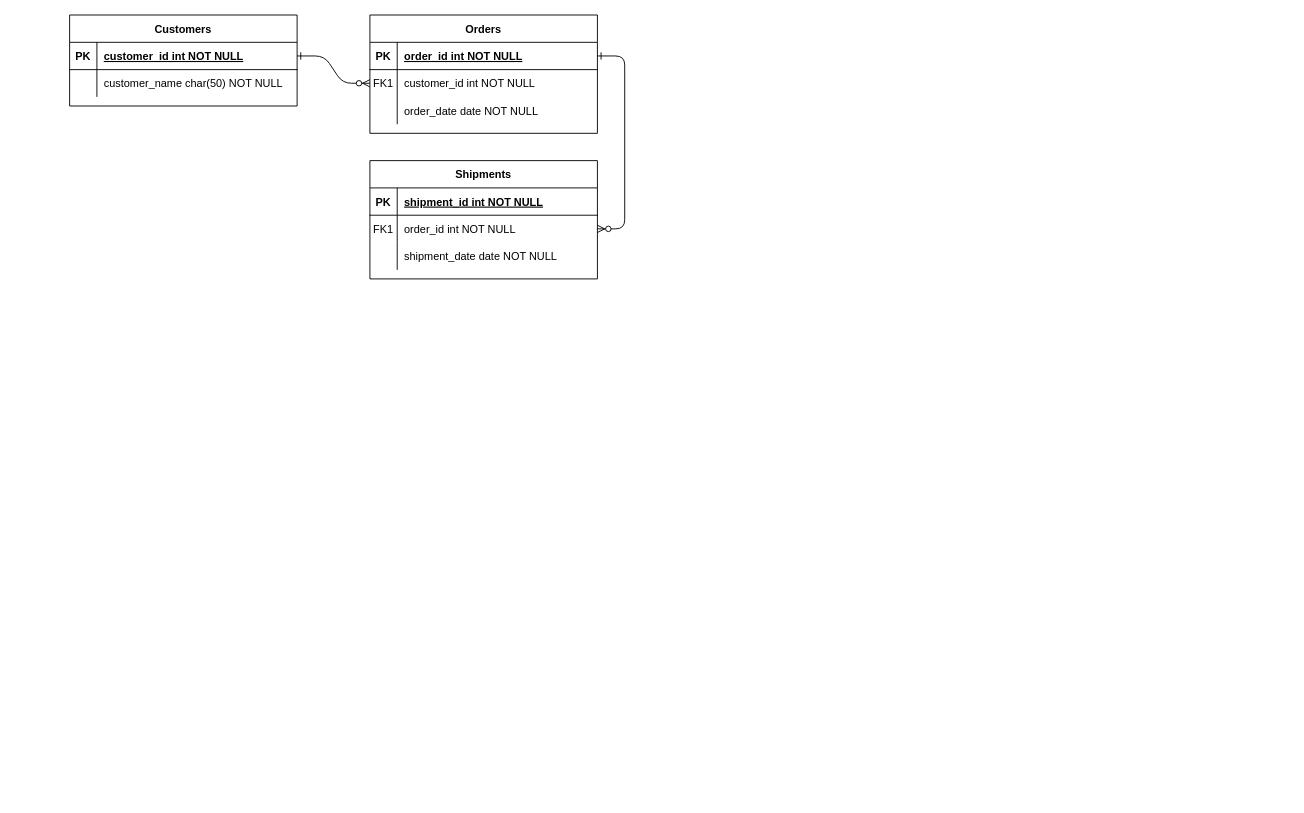
The draw.io diagram ER_Diagram.drawio in Karthik-r-p/fetch_coding_challenge, before the edit. Source tidied: cells renumbered, new cells numbered last; positions are measured from the earlier drawing's top-left corner, leaving out a move shared by most shapes. Both pictures are drawn from the tidied source at 91%, with x=0, y=0 at pixel (69, 15).
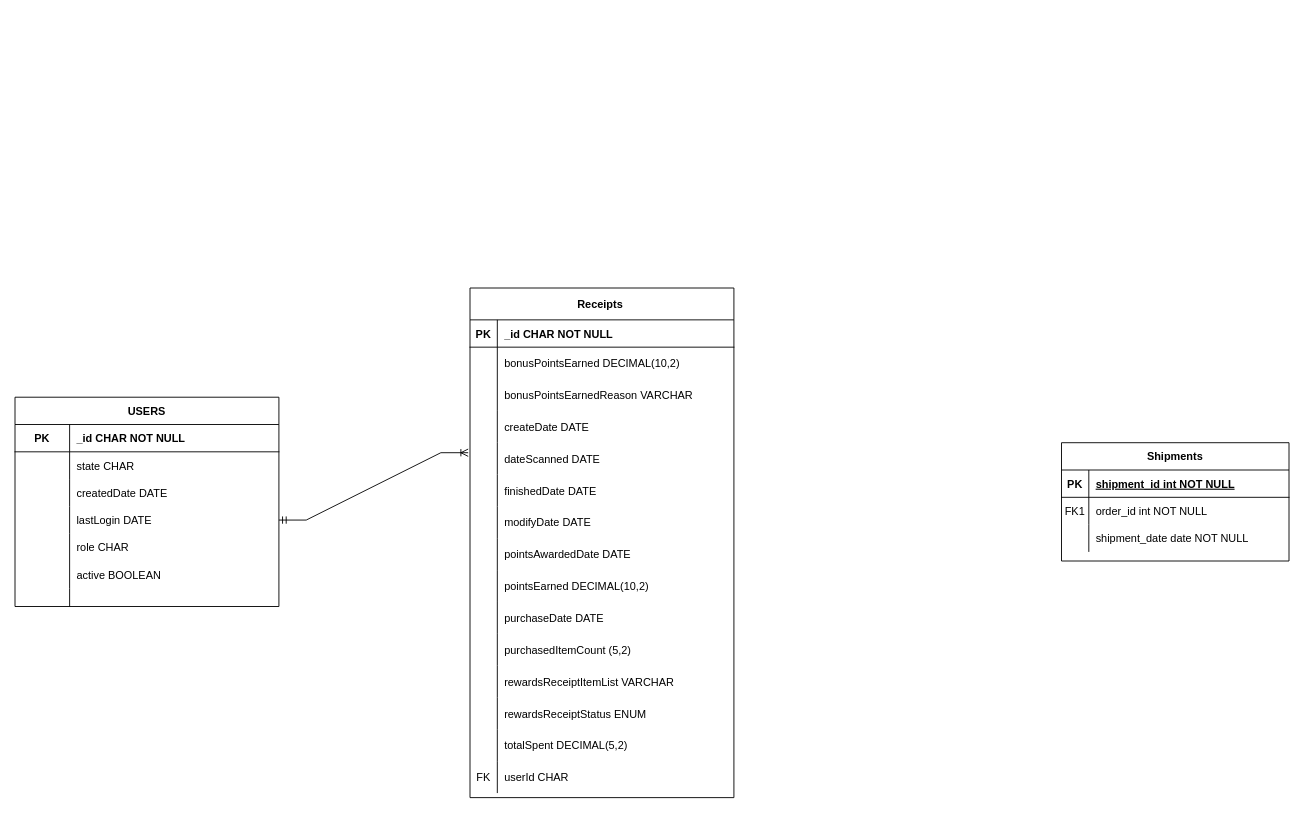
Above is the later version.

The change refers to these unchanged cells:
```xml
<mxCell id="18" style="shape=partialRectangle;fillColor=none;points=[[0,0.5],[1,0.5]];portConstraint=eastwest;top=0;left=0;right=0;bottom=0;" parent="14" vertex="1">
  <mxGeometry y="60" width="250" height="30" as="geometry" />
</mxCell>
```

The edit, as a diff of the source:
```diff
@@
-    <mxCell id="2" style="edgeStyle=entityRelationEdgeStyle;endArrow=ERzeroToMany;startArrow=ERone;endFill=1;startFill=0;" parent="1" edge="1" source="25" target="8">
-      <mxGeometry relative="1" as="geometry" />
-    </mxCell>
-    <mxCell id="3" style="edgeStyle=entityRelationEdgeStyle;endArrow=ERzeroToMany;startArrow=ERone;endFill=1;startFill=0;" parent="1" edge="1" source="5" target="18">
-      <mxGeometry relative="1" as="geometry" />
-    </mxCell>
-    <mxCell id="4" value="Orders" style="shape=table;startSize=30;childLayout=tableLayout;rowLines=0;fontStyle=1;align=center;" parent="1" vertex="1">
-      <mxGeometry x="330" width="250" height="130" as="geometry" />
+    <mxCell id="4" value="USERS" style="shape=table;startSize=30;childLayout=tableLayout;rowLines=0;fontStyle=1;align=center;" parent="1" vertex="1">
+      <mxGeometry x="-60" y="420" width="290" height="230" as="geometry" />
     </mxCell>
     <mxCell id="5" style="shape=partialRectangle;fillColor=none;points=[[0,0.5],[1,0.5]];portConstraint=eastwest;top=0;left=0;right=0;bottom=1;" parent="4" vertex="1">
-      <mxGeometry y="30" width="250" height="30" as="geometry" />
+      <mxGeometry y="30" width="290" height="30" as="geometry" />
     </mxCell>
     <mxCell id="6" value="PK" style="shape=partialRectangle;overflow=hidden;fillColor=none;top=0;left=0;bottom=0;right=0;fontStyle=1;" parent="5" vertex="1">
-      <mxGeometry width="30" height="30" as="geometry" />
+      <mxGeometry width="60" height="30" as="geometry" />
     </mxCell>
-    <mxCell id="7" value="order_id int NOT NULL " style="shape=partialRectangle;overflow=hidden;fillColor=none;top=0;left=0;bottom=0;right=0;align=left;spacingLeft=6;fontStyle=5;" parent="5" vertex="1">
-      <mxGeometry x="30" width="220" height="30" as="geometry" />
+    <mxCell id="7" value="_id CHAR NOT NULL " style="shape=partialRectangle;overflow=hidden;fillColor=none;top=0;left=0;bottom=0;right=0;align=left;spacingLeft=6;fontStyle=1;" parent="5" vertex="1">
+      <mxGeometry x="60" width="230" height="30" as="geometry" />
     </mxCell>
     <mxCell id="8" style="shape=partialRectangle;fillColor=none;points=[[0,0.5],[1,0.5]];portConstraint=eastwest;top=0;left=0;right=0;bottom=0;" parent="4" vertex="1">
-      <mxGeometry y="60" width="250" height="30" as="geometry" />
+      <mxGeometry y="60" width="290" height="30" as="geometry" />
     </mxCell>
-    <mxCell id="9" value="FK1" style="shape=partialRectangle;overflow=hidden;fillColor=none;top=0;left=0;bottom=0;right=0;" parent="8" vertex="1">
-      <mxGeometry width="30" height="30" as="geometry" />
+    <mxCell id="9" style="shape=partialRectangle;overflow=hidden;fillColor=none;top=0;left=0;bottom=0;right=0;" parent="8" vertex="1">
+      <mxGeometry width="60" height="30" as="geometry" />
     </mxCell>
-    <mxCell id="10" value="customer_id int NOT NULL" style="shape=partialRectangle;overflow=hidden;fillColor=none;top=0;left=0;bottom=0;right=0;align=left;spacingLeft=6;" parent="8" vertex="1">
-      <mxGeometry x="30" width="220" height="30" as="geometry" />
+    <mxCell id="10" value="state CHAR" style="shape=partialRectangle;overflow=hidden;fillColor=none;top=0;left=0;bottom=0;right=0;align=left;spacingLeft=6;" parent="8" vertex="1">
+      <mxGeometry x="60" width="230" height="30" as="geometry" />
     </mxCell>
     <mxCell id="11" style="shape=partialRectangle;fillColor=none;top=0;left=0;right=0;bottom=0;" parent="4" vertex="1">
-      <mxGeometry y="90" width="250" height="30" as="geometry" />
+      <mxGeometry y="90" width="290" height="30" as="geometry" />
     </mxCell>
     <mxCell id="12" style="shape=partialRectangle;overflow=hidden;fillColor=none;top=0;left=0;bottom=0;right=0;" parent="11" vertex="1">
-      <mxGeometry width="30" height="30" as="geometry" />
+      <mxGeometry width="60" height="30" as="geometry" />
     </mxCell>
-    <mxCell id="13" value="order_date date NOT NULL" style="shape=partialRectangle;overflow=hidden;fillColor=none;top=0;left=0;bottom=0;right=0;align=left;spacingLeft=6;" parent="11" vertex="1">
-      <mxGeometry x="30" width="220" height="30" as="geometry" />
+    <mxCell id="13" value="createdDate DATE" style="shape=partialRectangle;overflow=hidden;fillColor=none;top=0;left=0;bottom=0;right=0;align=left;spacingLeft=6;" parent="11" vertex="1">
+      <mxGeometry x="60" width="230" height="30" as="geometry" />
     </mxCell>
+    <mxCell id="31" style="shape=partialRectangle;fillColor=none;points=[[0,0.5],[1,0.5]];portConstraint=eastwest;top=0;left=0;right=0;bottom=0;" parent="4" vertex="1">
+      <mxGeometry y="120" width="290" height="30" as="geometry" />
+    </mxCell>
+    <mxCell id="32" style="shape=partialRectangle;overflow=hidden;fillColor=none;top=0;left=0;bottom=0;right=0;" parent="31" vertex="1">
+      <mxGeometry width="60" height="30" as="geometry" />
+    </mxCell>
+    <mxCell id="33" value="lastLogin DATE" style="shape=partialRectangle;overflow=hidden;fillColor=none;top=0;left=0;bottom=0;right=0;align=left;spacingLeft=6;" parent="31" vertex="1">
+      <mxGeometry x="60" width="230" height="30" as="geometry" />
+    </mxCell>
+    <mxCell id="34" style="shape=partialRectangle;fillColor=none;top=0;left=0;right=0;bottom=0;" parent="4" vertex="1">
+      <mxGeometry y="150" width="290" height="30" as="geometry" />
+    </mxCell>
+    <mxCell id="35" style="shape=partialRectangle;overflow=hidden;fillColor=none;top=0;left=0;bottom=0;right=0;" parent="34" vertex="1">
+      <mxGeometry width="60" height="30" as="geometry" />
+    </mxCell>
+    <mxCell id="36" value="role CHAR" style="shape=partialRectangle;overflow=hidden;fillColor=none;top=0;left=0;bottom=0;right=0;align=left;spacingLeft=6;" parent="34" vertex="1">
+      <mxGeometry x="60" width="230" height="30" as="geometry" />
+    </mxCell>
+    <mxCell id="37" style="shape=partialRectangle;fillColor=none;top=0;left=0;right=0;bottom=0;" parent="4" vertex="1">
+      <mxGeometry y="180" width="290" height="30" as="geometry" />
+    </mxCell>
+    <mxCell id="38" style="shape=partialRectangle;overflow=hidden;fillColor=none;top=0;left=0;bottom=0;right=0;" parent="37" vertex="1">
+      <mxGeometry width="60" height="30" as="geometry" />
+    </mxCell>
+    <mxCell id="39" value="active BOOLEAN" style="shape=partialRectangle;overflow=hidden;fillColor=none;top=0;left=0;bottom=0;right=0;align=left;spacingLeft=6;" parent="37" vertex="1">
+      <mxGeometry x="60" width="230" height="30" as="geometry" />
+    </mxCell>
+    <mxCell id="40" style="shape=partialRectangle;fillColor=none;top=0;left=0;right=0;bottom=0;" parent="4" vertex="1">
+      <mxGeometry y="210" width="290" height="20" as="geometry" />
+    </mxCell>
+    <mxCell id="41" style="shape=partialRectangle;overflow=hidden;fillColor=none;top=0;left=0;bottom=0;right=0;" parent="40" vertex="1">
+      <mxGeometry width="60" height="20" as="geometry" />
+    </mxCell>
+    <mxCell id="42" style="shape=partialRectangle;overflow=hidden;fillColor=none;top=0;left=0;bottom=0;right=0;align=left;spacingLeft=6;" parent="40" vertex="1">
+      <mxGeometry x="60" width="230" height="20" as="geometry" />
+    </mxCell>
     <mxCell id="14" value="Shipments" style="shape=table;startSize=30;childLayout=tableLayout;rowLines=0;fontStyle=1;align=center;" parent="1" vertex="1">
-      <mxGeometry x="330" y="160" width="250" height="130" as="geometry" />
+      <mxGeometry x="1090" y="470" width="250" height="130" as="geometry" />
     </mxCell>
@@
-    <mxCell id="24" value="Customers" style="shape=table;startSize=30;childLayout=tableLayout;rowLines=0;fontStyle=1;align=center;" parent="1" vertex="1">
-      <mxGeometry width="250" height="100" as="geometry" />
+    <mxCell id="24" value="Receipts " style="shape=table;startSize=35;childLayout=tableLayout;rowLines=0;fontStyle=1;align=center;rotation=0;" parent="1" vertex="1">
+      <mxGeometry x="440" y="300" width="290" height="560" as="geometry" />
     </mxCell>
     <mxCell id="25" style="shape=partialRectangle;fillColor=none;points=[[0,0.5],[1,0.5]];portConstraint=eastwest;top=0;left=0;right=0;bottom=1;" parent="24" vertex="1">
-      <mxGeometry y="30" width="250" height="30" as="geometry" />
+      <mxGeometry y="35" width="290" height="30" as="geometry" />
     </mxCell>
@@
-    <mxCell id="27" value="customer_id int NOT NULL " style="shape=partialRectangle;overflow=hidden;fillColor=none;top=0;left=0;bottom=0;right=0;align=left;spacingLeft=6;fontStyle=5;" parent="25" vertex="1">
-      <mxGeometry x="30" width="220" height="30" as="geometry" />
+    <mxCell id="27" value="_id CHAR NOT NULL " style="shape=partialRectangle;overflow=hidden;fillColor=none;top=0;left=0;bottom=0;right=0;align=left;spacingLeft=6;fontStyle=1;flipH=0;flipV=0;" parent="25" vertex="1">
+      <mxGeometry x="30" width="260" height="30" as="geometry" />
     </mxCell>
     <mxCell id="28" style="shape=partialRectangle;fillColor=none;top=0;left=0;right=0;bottom=0;" parent="24" vertex="1">
-      <mxGeometry y="60" width="250" height="30" as="geometry" />
+      <mxGeometry y="65" width="290" height="35" as="geometry" />
     </mxCell>
     <mxCell id="29" style="shape=partialRectangle;overflow=hidden;fillColor=none;top=0;left=0;bottom=0;right=0;" parent="28" vertex="1">
-      <mxGeometry width="30" height="30" as="geometry" />
+      <mxGeometry width="30" height="35" as="geometry" />
     </mxCell>
-    <mxCell id="30" value="customer_name char(50) NOT NULL" style="shape=partialRectangle;overflow=hidden;fillColor=none;top=0;left=0;bottom=0;right=0;align=left;spacingLeft=6;" parent="28" vertex="1">
-      <mxGeometry x="30" width="220" height="30" as="geometry" />
+    <mxCell id="30" value="bonusPointsEarned DECIMAL(10,2)" style="shape=partialRectangle;overflow=hidden;fillColor=none;top=0;left=0;bottom=0;right=0;align=left;spacingLeft=6;flipH=0;flipV=0;" parent="28" vertex="1">
+      <mxGeometry x="30" width="260" height="35" as="geometry" />
     </mxCell>
+    <mxCell id="43" style="shape=partialRectangle;fillColor=none;top=0;left=0;right=0;bottom=0;" parent="24" vertex="1">
+      <mxGeometry y="100" width="290" height="35" as="geometry" />
+    </mxCell>
+    <mxCell id="44" style="shape=partialRectangle;overflow=hidden;fillColor=none;top=0;left=0;bottom=0;right=0;" parent="43" vertex="1">
+      <mxGeometry width="30" height="35" as="geometry" />
+    </mxCell>
+    <mxCell id="45" value="bonusPointsEarnedReason VARCHAR" style="shape=partialRectangle;overflow=hidden;fillColor=none;top=0;left=0;bottom=0;right=0;align=left;spacingLeft=6;flipH=0;flipV=0;" parent="43" vertex="1">
+      <mxGeometry x="30" width="260" height="35" as="geometry" />
+    </mxCell>
+    <mxCell id="46" style="shape=partialRectangle;fillColor=none;top=0;left=0;right=0;bottom=0;" parent="24" vertex="1">
+      <mxGeometry y="135" width="290" height="35" as="geometry" />
+    </mxCell>
+    <mxCell id="47" style="shape=partialRectangle;overflow=hidden;fillColor=none;top=0;left=0;bottom=0;right=0;" parent="46" vertex="1">
+      <mxGeometry width="30" height="35" as="geometry" />
+    </mxCell>
+    <mxCell id="48" value="createDate DATE" style="shape=partialRectangle;overflow=hidden;fillColor=none;top=0;left=0;bottom=0;right=0;align=left;spacingLeft=6;flipH=0;flipV=0;" parent="46" vertex="1">
+      <mxGeometry x="30" width="260" height="35" as="geometry" />
+    </mxCell>
+    <mxCell id="49" style="shape=partialRectangle;fillColor=none;points=[[0,0.5],[1,0.5]];portConstraint=eastwest;top=0;left=0;right=0;bottom=0;" parent="24" vertex="1">
+      <mxGeometry y="170" width="290" height="35" as="geometry" />
+    </mxCell>
+    <mxCell id="50" style="shape=partialRectangle;overflow=hidden;fillColor=none;top=0;left=0;bottom=0;right=0;" parent="49" vertex="1">
+      <mxGeometry width="30" height="35" as="geometry" />
+    </mxCell>
+    <mxCell id="51" value="dateScanned DATE" style="shape=partialRectangle;overflow=hidden;fillColor=none;top=0;left=0;bottom=0;right=0;align=left;spacingLeft=6;flipH=0;flipV=0;" parent="49" vertex="1">
+      <mxGeometry x="30" width="260" height="35" as="geometry" />
+    </mxCell>
+    <mxCell id="52" style="shape=partialRectangle;fillColor=none;top=0;left=0;right=0;bottom=0;" parent="24" vertex="1">
+      <mxGeometry y="205" width="290" height="35" as="geometry" />
+    </mxCell>
+    <mxCell id="53" style="shape=partialRectangle;overflow=hidden;fillColor=none;top=0;left=0;bottom=0;right=0;" parent="52" vertex="1">
+      <mxGeometry width="30" height="35" as="geometry" />
+    </mxCell>
+    <mxCell id="54" value="finishedDate DATE" style="shape=partialRectangle;overflow=hidden;fillColor=none;top=0;left=0;bottom=0;right=0;align=left;spacingLeft=6;flipH=0;flipV=0;" parent="52" vertex="1">
+      <mxGeometry x="30" width="260" height="35" as="geometry" />
+    </mxCell>
+    <mxCell id="55" style="shape=partialRectangle;fillColor=none;top=0;left=0;right=0;bottom=0;" parent="24" vertex="1">
+      <mxGeometry y="240" width="290" height="35" as="geometry" />
+    </mxCell>
+    <mxCell id="56" style="shape=partialRectangle;overflow=hidden;fillColor=none;top=0;left=0;bottom=0;right=0;" parent="55" vertex="1">
+      <mxGeometry width="30" height="35" as="geometry" />
+    </mxCell>
+    <mxCell id="57" value="modifyDate DATE" style="shape=partialRectangle;overflow=hidden;fillColor=none;top=0;left=0;bottom=0;right=0;align=left;spacingLeft=6;flipH=0;flipV=0;" parent="55" vertex="1">
+      <mxGeometry x="30" width="260" height="35" as="geometry" />
+    </mxCell>
+    <mxCell id="58" style="shape=partialRectangle;fillColor=none;top=0;left=0;right=0;bottom=0;" parent="24" vertex="1">
+      <mxGeometry y="275" width="290" height="35" as="geometry" />
+    </mxCell>
+    <mxCell id="59" style="shape=partialRectangle;overflow=hidden;fillColor=none;top=0;left=0;bottom=0;right=0;" parent="58" vertex="1">
+      <mxGeometry width="30" height="35" as="geometry" />
+    </mxCell>
+    <mxCell id="60" value="pointsAwardedDate DATE" style="shape=partialRectangle;overflow=hidden;fillColor=none;top=0;left=0;bottom=0;right=0;align=left;spacingLeft=6;flipH=0;flipV=0;" parent="58" vertex="1">
+      <mxGeometry x="30" width="260" height="35" as="geometry" />
+    </mxCell>
+    <mxCell id="61" style="shape=partialRectangle;fillColor=none;top=0;left=0;right=0;bottom=0;" parent="24" vertex="1">
+      <mxGeometry y="310" width="290" height="35" as="geometry" />
+    </mxCell>
+    <mxCell id="62" style="shape=partialRectangle;overflow=hidden;fillColor=none;top=0;left=0;bottom=0;right=0;" parent="61" vertex="1">
+      <mxGeometry width="30" height="35" as="geometry" />
+    </mxCell>
+    <mxCell id="63" value="pointsEarned DECIMAL(10,2)" style="shape=partialRectangle;overflow=hidden;fillColor=none;top=0;left=0;bottom=0;right=0;align=left;spacingLeft=6;flipH=0;flipV=0;" parent="61" vertex="1">
+      <mxGeometry x="30" width="260" height="35" as="geometry" />
+    </mxCell>
+    <mxCell id="64" style="shape=partialRectangle;fillColor=none;top=0;left=0;right=0;bottom=0;" parent="24" vertex="1">
+      <mxGeometry y="345" width="290" height="35" as="geometry" />
+    </mxCell>
+    <mxCell id="65" style="shape=partialRectangle;overflow=hidden;fillColor=none;top=0;left=0;bottom=0;right=0;" parent="64" vertex="1">
+      <mxGeometry width="30" height="35" as="geometry" />
+    </mxCell>
+    <mxCell id="66" value="purchaseDate DATE" style="shape=partialRectangle;overflow=hidden;fillColor=none;top=0;left=0;bottom=0;right=0;align=left;spacingLeft=6;flipH=0;flipV=0;" parent="64" vertex="1">
+      <mxGeometry x="30" width="260" height="35" as="geometry" />
+    </mxCell>
+    <mxCell id="67" style="shape=partialRectangle;fillColor=none;top=0;left=0;right=0;bottom=0;" parent="24" vertex="1">
+      <mxGeometry y="380" width="290" height="35" as="geometry" />
+    </mxCell>
+    <mxCell id="68" style="shape=partialRectangle;overflow=hidden;fillColor=none;top=0;left=0;bottom=0;right=0;" parent="67" vertex="1">
+      <mxGeometry width="30" height="35" as="geometry" />
+    </mxCell>
+    <mxCell id="69" value="purchasedItemCount (5,2)" style="shape=partialRectangle;overflow=hidden;fillColor=none;top=0;left=0;bottom=0;right=0;align=left;spacingLeft=6;flipH=0;flipV=0;" parent="67" vertex="1">
+      <mxGeometry x="30" width="260" height="35" as="geometry" />
+    </mxCell>
+    <mxCell id="70" style="shape=partialRectangle;fillColor=none;top=0;left=0;right=0;bottom=0;" parent="24" vertex="1">
+      <mxGeometry y="415" width="290" height="35" as="geometry" />
+    </mxCell>
+    <mxCell id="71" style="shape=partialRectangle;overflow=hidden;fillColor=none;top=0;left=0;bottom=0;right=0;" parent="70" vertex="1">
+      <mxGeometry width="30" height="35" as="geometry" />
+    </mxCell>
+    <mxCell id="72" value="rewardsReceiptItemList VARCHAR" style="shape=partialRectangle;overflow=hidden;fillColor=none;top=0;left=0;bottom=0;right=0;align=left;spacingLeft=6;flipH=0;flipV=0;" parent="70" vertex="1">
+      <mxGeometry x="30" width="260" height="35" as="geometry" />
+    </mxCell>
+    <mxCell id="73" style="shape=partialRectangle;fillColor=none;top=0;left=0;right=0;bottom=0;" parent="24" vertex="1">
+      <mxGeometry y="450" width="290" height="35" as="geometry" />
+    </mxCell>
+    <mxCell id="74" style="shape=partialRectangle;overflow=hidden;fillColor=none;top=0;left=0;bottom=0;right=0;" parent="73" vertex="1">
+      <mxGeometry width="30" height="35" as="geometry" />
+    </mxCell>
+    <mxCell id="75" value="rewardsReceiptStatus ENUM" style="shape=partialRectangle;overflow=hidden;fillColor=none;top=0;left=0;bottom=0;right=0;align=left;spacingLeft=6;flipH=0;flipV=0;" parent="73" vertex="1">
+      <mxGeometry x="30" width="260" height="35" as="geometry" />
+    </mxCell>
+    <mxCell id="76" style="shape=partialRectangle;fillColor=none;top=0;left=0;right=0;bottom=0;" parent="24" vertex="1">
+      <mxGeometry y="485" width="290" height="35" as="geometry" />
+    </mxCell>
+    <mxCell id="77" style="shape=partialRectangle;overflow=hidden;fillColor=none;top=0;left=0;bottom=0;right=0;" parent="76" vertex="1">
+      <mxGeometry width="30" height="35" as="geometry" />
+    </mxCell>
+    <mxCell id="78" value="totalSpent DECIMAL(5,2)" style="shape=partialRectangle;overflow=hidden;fillColor=none;top=0;left=0;bottom=0;right=0;align=left;spacingLeft=6;flipH=0;flipV=0;" parent="76" vertex="1">
+      <mxGeometry x="30" width="260" height="35" as="geometry" />
+    </mxCell>
+    <mxCell id="79" style="shape=partialRectangle;fillColor=none;top=0;left=0;right=0;bottom=0;" parent="24" vertex="1">
+      <mxGeometry y="520" width="290" height="35" as="geometry" />
+    </mxCell>
+    <mxCell id="80" value="FK" style="shape=partialRectangle;overflow=hidden;fillColor=none;top=0;left=0;bottom=0;right=0;" parent="79" vertex="1">
+      <mxGeometry width="30" height="35" as="geometry" />
+    </mxCell>
+    <mxCell id="81" value="userId CHAR " style="shape=partialRectangle;overflow=hidden;fillColor=none;top=0;left=0;bottom=0;right=0;align=left;spacingLeft=6;flipH=0;flipV=0;" parent="79" vertex="1">
+      <mxGeometry x="30" width="260" height="35" as="geometry" />
+    </mxCell>
+    <mxCell id="82" style="edgeStyle=entityRelationEdgeStyle;fontSize=12;html=1;endArrow=ERoneToMany;startArrow=ERmandOne;rounded=0;entryX=-0.007;entryY=0.314;entryDx=0;entryDy=0;entryPerimeter=0;exitX=1;exitY=0.5;exitDx=0;exitDy=0;" parent="1" edge="1" source="31" target="49">
+      <mxGeometry relative="1" as="geometry" />
+    </mxCell>
```
